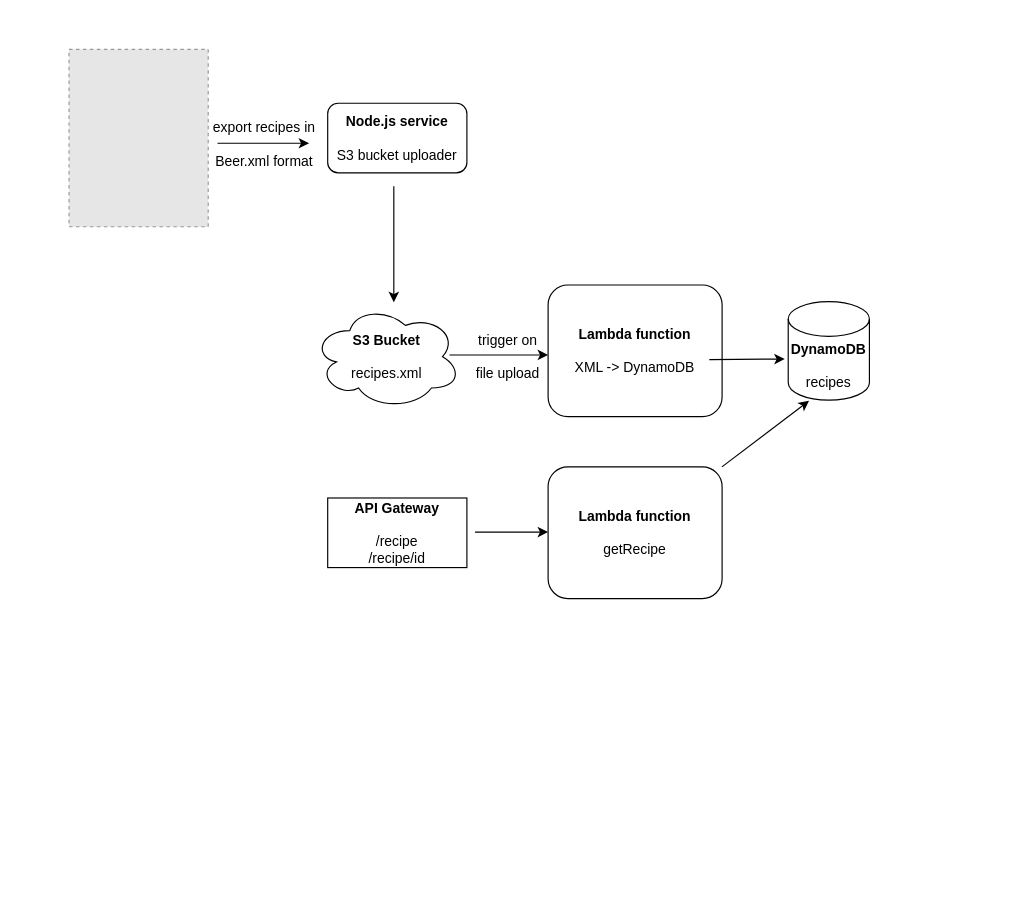
The draw.io diagram serverless-react.drawio in markysoft/stuff, before the edit. Source tidied: cells renumbered, new cells numbered last; positions are measured from the earlier drawing's top-left corner, leaving out a move shared by most shapes. Both pictures are drawn from the tidied source at 116%, with x=0, y=0 at pixel (68, 49). Pictures stored in the file or linked from it are replaced by grey dashed boxes.
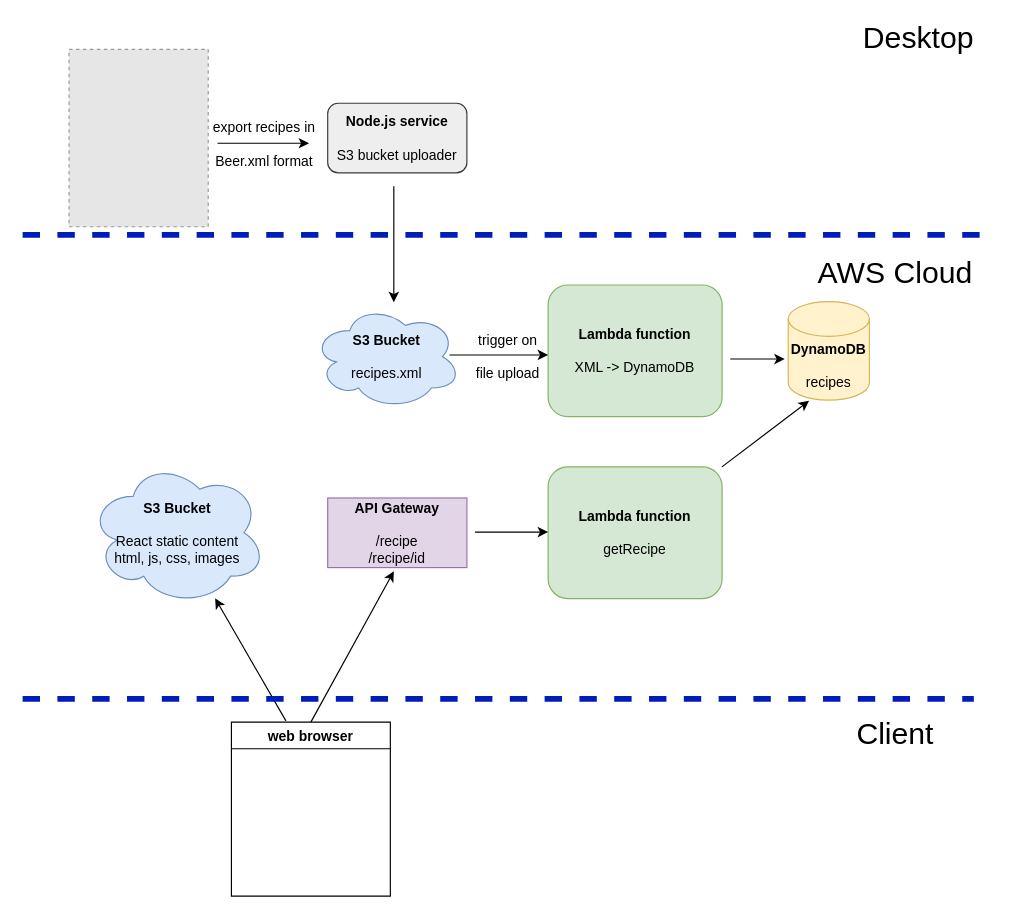
After the change.

The edit, as a diff of the source:
```diff
@@
-    <mxCell id="5" value="&lt;b&gt;Node.js service&lt;/b&gt;&lt;br&gt;&lt;br&gt;S3 bucket uploader" style="rounded=1;whiteSpace=wrap;html=1;" parent="1" vertex="1">
+    <mxCell id="5" value="&lt;b&gt;Node.js service&lt;/b&gt;&lt;br&gt;&lt;br&gt;S3 bucket uploader" style="rounded=1;whiteSpace=wrap;html=1;fillColor=#eeeeee;strokeColor=#36393d;" parent="1" vertex="1">
       <mxGeometry x="223" y="46.5" width="120" height="60" as="geometry" />
     </mxCell>
-    <mxCell id="6" value="&lt;b&gt;S3 Bucket&lt;/b&gt;&lt;br&gt;&lt;br&gt;recipes.xml" style="ellipse;shape=cloud;whiteSpace=wrap;html=1;" parent="1" vertex="1">
+    <mxCell id="6" value="&lt;b&gt;S3 Bucket&lt;/b&gt;&lt;br&gt;&lt;br&gt;recipes.xml" style="ellipse;shape=cloud;whiteSpace=wrap;html=1;fillColor=#dae8fc;strokeColor=#6c8ebf;" parent="1" vertex="1">
       <mxGeometry x="210" y="220" width="128" height="90" as="geometry" />
     </mxCell>
@@
-    <mxCell id="8" value="&lt;b&gt;Lambda function&lt;br&gt;&lt;/b&gt;&lt;br&gt;XML -&amp;gt; DynamoDB" style="rounded=1;whiteSpace=wrap;html=1;" parent="1" vertex="1">
+    <mxCell id="8" value="&lt;b&gt;Lambda function&lt;br&gt;&lt;/b&gt;&lt;br&gt;XML -&amp;gt; DynamoDB" style="rounded=1;whiteSpace=wrap;html=1;fillColor=#d5e8d4;strokeColor=#82b366;" parent="1" vertex="1">
       <mxGeometry x="413" y="203.2" width="150" height="113.5" as="geometry" />
     </mxCell>
@@
-    <mxCell id="11" value="&lt;b&gt;DynamoDB&lt;/b&gt;&lt;br&gt;&lt;br&gt;recipes" style="shape=cylinder3;whiteSpace=wrap;html=1;boundedLbl=1;backgroundOutline=1;size=15;" parent="1" vertex="1">
+    <mxCell id="11" value="&lt;b&gt;DynamoDB&lt;/b&gt;&lt;br&gt;&lt;br&gt;recipes" style="shape=cylinder3;whiteSpace=wrap;html=1;boundedLbl=1;backgroundOutline=1;size=15;fillColor=#fff2cc;strokeColor=#d6b656;" parent="1" vertex="1">
       <mxGeometry x="620" y="217.5" width="70" height="85" as="geometry" />
     </mxCell>
     <mxCell id="12" style="endArrow=classic;html=1;entryX=-0.071;entryY=0.582;entryDx=0;entryDy=0;entryPerimeter=0;" parent="1" edge="1">
       <mxGeometry relative="1" as="geometry">
-        <mxPoint x="552" y="267.5" as="sourcePoint" />
+        <mxPoint x="570" y="267" as="sourcePoint" />
         <mxPoint x="617" y="267" as="targetPoint" />
       </mxGeometry>
     </mxCell>
-    <mxCell id="13" value="&lt;b&gt;Lambda function&lt;br&gt;&lt;/b&gt;&lt;br&gt;getRecipe" style="rounded=1;whiteSpace=wrap;html=1;" parent="1" vertex="1">
+    <mxCell id="13" value="&lt;b&gt;Lambda function&lt;br&gt;&lt;/b&gt;&lt;br&gt;getRecipe" style="rounded=1;whiteSpace=wrap;html=1;fillColor=#d5e8d4;strokeColor=#82b366;" parent="1" vertex="1">
       <mxGeometry x="413" y="360" width="150" height="113.5" as="geometry" />
     </mxCell>
@@
-    <mxCell id="15" value="&lt;b&gt;API Gateway&lt;/b&gt;&lt;br&gt;&lt;br&gt;/recipe&lt;br&gt;/recipe/id" style="rounded=0;whiteSpace=wrap;html=1;" parent="1" vertex="1">
+    <mxCell id="15" value="&lt;b&gt;API Gateway&lt;/b&gt;&lt;br&gt;&lt;br&gt;/recipe&lt;br&gt;/recipe/id" style="rounded=0;whiteSpace=wrap;html=1;fillColor=#e1d5e7;strokeColor=#9673a6;" parent="1" vertex="1">
       <mxGeometry x="223" y="386.8" width="120" height="60" as="geometry" />
     </mxCell>
@@
+    <mxCell id="17" value="&lt;b&gt;S3 Bucket&lt;/b&gt;&lt;br&gt;&lt;br&gt;React static content&lt;br&gt;html, js, css, images" style="ellipse;shape=cloud;whiteSpace=wrap;html=1;fillColor=#dae8fc;strokeColor=#6c8ebf;" parent="1" vertex="1">
+      <mxGeometry x="17" y="354.2" width="153" height="125" as="geometry" />
+    </mxCell>
+    <mxCell id="18" value="web browser" style="swimlane;" parent="1" vertex="1">
+      <mxGeometry x="140" y="580" width="137" height="150" as="geometry" />
+    </mxCell>
+    <mxCell id="19" style="endArrow=classic;html=1;exitX=0.343;exitY=-0.007;exitDx=0;exitDy=0;exitPerimeter=0;" parent="1" edge="1" source="18" target="17">
+      <mxGeometry relative="1" as="geometry" />
+    </mxCell>
+    <mxCell id="20" style="endArrow=classic;html=1;exitX=0.5;exitY=0;exitDx=0;exitDy=0;" parent="1" edge="1" source="18">
+      <mxGeometry relative="1" as="geometry">
+        <mxPoint x="280" y="450" as="targetPoint" />
+      </mxGeometry>
+    </mxCell>
+    <mxCell id="21" style="endArrow=none;dashed=1;html=1;strokeWidth=5;fillColor=#0050ef;strokeColor=#001DBC;" parent="1" edge="1">
+      <mxGeometry relative="1" as="geometry">
+        <mxPoint x="-40" y="160" as="sourcePoint" />
+        <mxPoint x="790" y="160" as="targetPoint" />
+      </mxGeometry>
+    </mxCell>
+    <mxCell id="22" style="endArrow=none;dashed=1;html=1;strokeWidth=5;fillColor=#0050ef;strokeColor=#001DBC;" parent="1" edge="1">
+      <mxGeometry relative="1" as="geometry">
+        <mxPoint x="-40" y="560" as="sourcePoint" />
+        <mxPoint x="780" y="560" as="targetPoint" />
+      </mxGeometry>
+    </mxCell>
+    <mxCell id="23" value="&lt;font style=&quot;font-size: 26px&quot;&gt;Desktop&lt;/font&gt;" style="text;html=1;align=center;verticalAlign=middle;fillColor=none;strokeColor=none;rounded=0;" parent="1" vertex="1">
+      <mxGeometry x="677" y="-20" width="110" height="20" as="geometry" />
+    </mxCell>
+    <mxCell id="24" value="&lt;span style=&quot;font-size: 26px&quot;&gt;AWS Cloud&lt;/span&gt;" style="text;html=1;align=center;verticalAlign=middle;fillColor=none;strokeColor=none;rounded=0;" parent="1" vertex="1">
+      <mxGeometry x="637" y="183.2" width="150" height="20" as="geometry" />
+    </mxCell>
+    <mxCell id="25" value="&lt;span style=&quot;font-size: 26px&quot;&gt;Client&lt;/span&gt;" style="text;html=1;align=center;verticalAlign=middle;fillColor=none;strokeColor=none;rounded=0;" parent="1" vertex="1">
+      <mxGeometry x="672" y="580" width="80" height="20" as="geometry" />
+    </mxCell>
```
